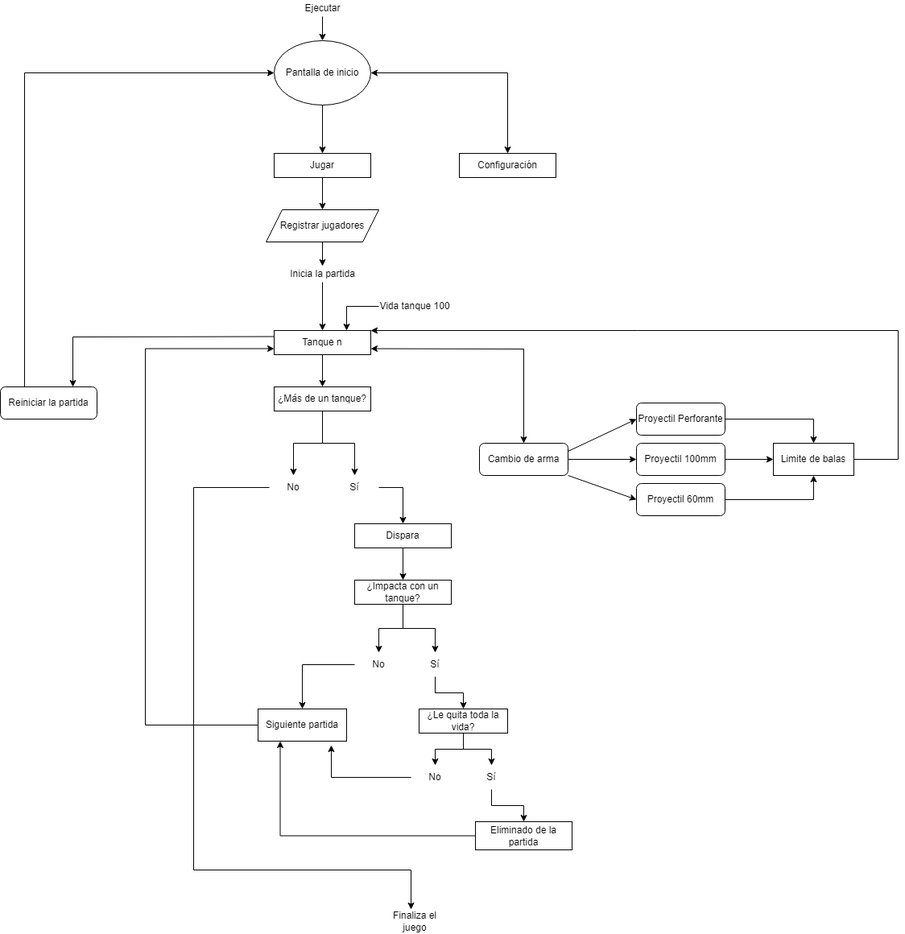
This is readme-y-graficos/Diagrama.png from vynzk/TanquesJuego, a draw.io export, as it was before one commit. Source tidied: cells renumbered, new cells last; positions are measured from the earlier drawing's top-left corner, leaving out a move shared by most shapes.
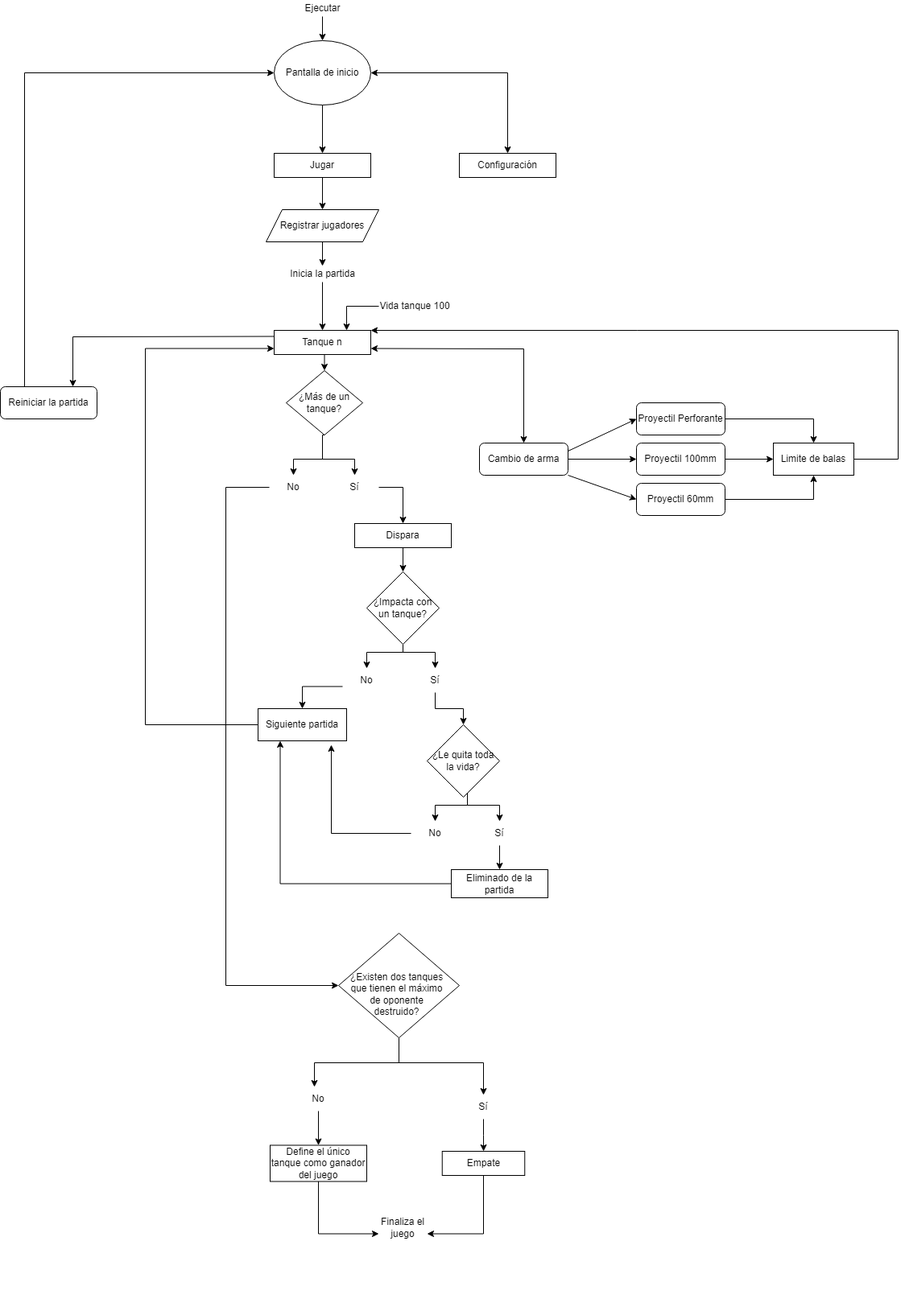
The same diagram one commit later.

Commit message:
Diagrama de flujo y uml

El diagrama de flujo y el uml se encuentran listos y actualizados.
Se creó esta rama nueva ya que con mi compañero Luis se hicieron unos cambios en el daño por caída y para no tener conflictos, se prefirió crear otra rama.

What changed in the source:
```diff
@@ -20,7 +20,7 @@
     <mxCell id="7" value="Jugar" style="whiteSpace=wrap;html=1;" parent="1" vertex="1">
       <mxGeometry x="340" y="190" width="120" height="30" as="geometry" />
     </mxCell>
-    <mxCell id="8" style="edgeStyle=orthogonalEdgeStyle;rounded=0;jettySize=auto;html=1;exitX=0.5;exitY=1;exitDx=0;exitDy=0;" parent="1" edge="1" source="9" target="37">
+    <mxCell id="8" style="edgeStyle=orthogonalEdgeStyle;rounded=0;jettySize=auto;html=1;exitX=0.5;exitY=1;exitDx=0;exitDy=0;entryX=0.5;entryY=0;entryDx=0;entryDy=0;" parent="1" edge="1" source="9" target="37">
       <mxGeometry relative="1" as="geometry" />
     </mxCell>
     <mxCell id="9" value="Tanque n" style="whiteSpace=wrap;html=1;" parent="1" vertex="1">
@@ -114,24 +114,31 @@
     <mxCell id="34" value="Vida tanque 100" style="text;html=1;strokeColor=none;fillColor=none;align=center;verticalAlign=middle;whiteSpace=wrap;rounded=0;" parent="1" vertex="1">
       <mxGeometry x="470" y="365" width="90" height="30" as="geometry" />
     </mxCell>
-    <mxCell id="35" style="edgeStyle=orthogonalEdgeStyle;rounded=0;jettySize=auto;html=1;" parent="1" edge="1" source="37" target="41">
-      <mxGeometry relative="1" as="geometry" />
+    <mxCell id="35" style="edgeStyle=orthogonalEdgeStyle;rounded=0;jettySize=auto;html=1;exitX=0.5;exitY=1;exitDx=0;exitDy=0;" parent="1" edge="1" source="37" target="41">
+      <mxGeometry relative="1" as="geometry">
+        <Array as="points">
+          <mxPoint x="400" y="570" />
+          <mxPoint x="440" y="570" />
+        </Array>
+      </mxGeometry>
     </mxCell>
-    <mxCell id="36" style="edgeStyle=orthogonalEdgeStyle;rounded=0;jettySize=auto;html=1;entryX=0.5;entryY=0;entryDx=0;entryDy=0;" parent="1" edge="1" source="37" target="39">
-      <mxGeometry relative="1" as="geometry" />
+    <mxCell id="36" style="edgeStyle=orthogonalEdgeStyle;rounded=0;jettySize=auto;html=1;entryX=0.5;entryY=0;entryDx=0;entryDy=0;" parent="1" edge="1" target="39">
+      <mxGeometry relative="1" as="geometry">
+        <mxPoint x="400" y="550" as="sourcePoint" />
+        <Array as="points">
+          <mxPoint x="400" y="570" />
+          <mxPoint x="364" y="570" />
+        </Array>
+      </mxGeometry>
     </mxCell>
-    <mxCell id="37" value="¿Más de un tanque?" style="whiteSpace=wrap;html=1;" parent="1" vertex="1">
-      <mxGeometry x="340" y="480" width="120" height="30" as="geometry" />
-    </mxCell>
-    <mxCell id="38" style="edgeStyle=orthogonalEdgeStyle;rounded=0;jettySize=auto;html=1;" parent="1" edge="1" source="39" target="60">
-      <mxGeometry relative="1" as="geometry">
-        <Array as="points">
-          <mxPoint x="240" y="605" />
-          <mxPoint x="240" y="1080" />
-          <mxPoint x="510" y="1080" />
-        </Array>
-      </mxGeometry>
-    </mxCell>
+    <mxCell id="62" style="edgeStyle=orthogonalEdgeStyle;rounded=0;jettySize=auto;html=1;fontSize=12;entryX=0;entryY=0.5;entryDx=0;entryDy=0;" parent="1" edge="1" source="39" target="65">
+      <mxGeometry relative="1" as="geometry">
+        <Array as="points">
+          <mxPoint x="280" y="605" />
+          <mxPoint x="280" y="1224" />
+        </Array>
+      </mxGeometry>
+    </mxCell>
     <mxCell id="39" value="No" style="text;html=1;strokeColor=none;fillColor=none;align=center;verticalAlign=middle;whiteSpace=wrap;rounded=0;" parent="1" vertex="1">
       <mxGeometry x="334" y="590" width="60" height="30" as="geometry" />
     </mxCell>
@@ -143,53 +150,47 @@
     <mxCell id="41" value="Sí" style="text;html=1;strokeColor=none;fillColor=none;align=center;verticalAlign=middle;whiteSpace=wrap;rounded=0;" parent="1" vertex="1">
       <mxGeometry x="410" y="590" width="60" height="30" as="geometry" />
     </mxCell>
-    <mxCell id="42" style="edgeStyle=orthogonalEdgeStyle;rounded=0;jettySize=auto;html=1;" parent="1" edge="1" source="44" target="51">
-      <mxGeometry relative="1" as="geometry" />
-    </mxCell>
-    <mxCell id="43" style="edgeStyle=orthogonalEdgeStyle;rounded=0;jettySize=auto;html=1;entryX=0.5;entryY=0;entryDx=0;entryDy=0;" parent="1" edge="1" source="44" target="49">
-      <mxGeometry relative="1" as="geometry" />
+    <mxCell id="43" style="edgeStyle=orthogonalEdgeStyle;rounded=0;jettySize=auto;html=1;entryX=0.5;entryY=0;entryDx=0;entryDy=0;exitX=0.5;exitY=1;exitDx=0;exitDy=0;" parent="1" edge="1" source="44" target="49">
+      <mxGeometry relative="1" as="geometry">
+        <Array as="points">
+          <mxPoint x="500" y="810" />
+          <mxPoint x="540" y="810" />
+        </Array>
+      </mxGeometry>
     </mxCell>
-    <mxCell id="44" value="¿Impacta con un tanque?" style="whiteSpace=wrap;html=1;" parent="1" vertex="1">
-      <mxGeometry x="440" y="720" width="120" height="30" as="geometry" />
-    </mxCell>
-    <mxCell id="45" style="edgeStyle=orthogonalEdgeStyle;rounded=0;jettySize=auto;html=1;" parent="1" edge="1" source="47" target="55">
-      <mxGeometry relative="1" as="geometry" />
-    </mxCell>
-    <mxCell id="46" style="edgeStyle=orthogonalEdgeStyle;rounded=0;jettySize=auto;html=1;entryX=0.5;entryY=0;entryDx=0;entryDy=0;" parent="1" edge="1" source="47" target="53">
-      <mxGeometry relative="1" as="geometry" />
-    </mxCell>
-    <mxCell id="47" value="¿Le quita toda la vida?" style="whiteSpace=wrap;html=1;" parent="1" vertex="1">
-      <mxGeometry x="520" y="880" width="110" height="30" as="geometry" />
-    </mxCell>
     <mxCell id="48" style="edgeStyle=orthogonalEdgeStyle;rounded=0;jettySize=auto;html=1;entryX=0.5;entryY=0;entryDx=0;entryDy=0;" parent="1" edge="1" source="49" target="47">
       <mxGeometry relative="1" as="geometry" />
     </mxCell>
     <mxCell id="49" value="Sí" style="text;html=1;strokeColor=none;fillColor=none;align=center;verticalAlign=middle;whiteSpace=wrap;rounded=0;" parent="1" vertex="1">
-      <mxGeometry x="510" y="810" width="60" height="30" as="geometry" />
+      <mxGeometry x="510" y="830" width="60" height="30" as="geometry" />
     </mxCell>
-    <mxCell id="50" style="edgeStyle=orthogonalEdgeStyle;rounded=0;jettySize=auto;html=1;entryX=0.5;entryY=0;entryDx=0;entryDy=0;" parent="1" edge="1" source="51" target="59">
-      <mxGeometry relative="1" as="geometry" />
+    <mxCell id="50" style="edgeStyle=orthogonalEdgeStyle;rounded=0;jettySize=auto;html=1;entryX=0.5;entryY=0;entryDx=0;entryDy=0;exitX=0;exitY=0.75;exitDx=0;exitDy=0;" parent="1" edge="1" source="51" target="59">
+      <mxGeometry relative="1" as="geometry">
+        <Array as="points">
+          <mxPoint x="375" y="853" />
+        </Array>
+      </mxGeometry>
     </mxCell>
     <mxCell id="51" value="No" style="text;html=1;strokeColor=none;fillColor=none;align=center;verticalAlign=middle;whiteSpace=wrap;rounded=0;" parent="1" vertex="1">
-      <mxGeometry x="440" y="810" width="60" height="30" as="geometry" />
+      <mxGeometry x="425" y="830" width="60" height="30" as="geometry" />
     </mxCell>
     <mxCell id="52" style="edgeStyle=orthogonalEdgeStyle;rounded=0;jettySize=auto;html=1;" parent="1" edge="1" source="53" target="57">
       <mxGeometry relative="1" as="geometry" />
     </mxCell>
     <mxCell id="53" value="Sí" style="text;html=1;strokeColor=none;fillColor=none;align=center;verticalAlign=middle;whiteSpace=wrap;rounded=0;" parent="1" vertex="1">
-      <mxGeometry x="580" y="950" width="60" height="30" as="geometry" />
+      <mxGeometry x="590" y="1020" width="60" height="30" as="geometry" />
     </mxCell>
     <mxCell id="54" style="edgeStyle=orthogonalEdgeStyle;rounded=0;jettySize=auto;html=1;entryX=0.827;entryY=1.125;entryDx=0;entryDy=0;entryPerimeter=0;" parent="1" edge="1" source="55" target="59">
       <mxGeometry relative="1" as="geometry" />
     </mxCell>
     <mxCell id="55" value="No" style="text;html=1;strokeColor=none;fillColor=none;align=center;verticalAlign=middle;whiteSpace=wrap;rounded=0;" parent="1" vertex="1">
-      <mxGeometry x="510" y="950" width="60" height="30" as="geometry" />
+      <mxGeometry x="510" y="1020" width="60" height="30" as="geometry" />
     </mxCell>
     <mxCell id="56" style="edgeStyle=orthogonalEdgeStyle;rounded=0;jettySize=auto;html=1;entryX=0.25;entryY=1;entryDx=0;entryDy=0;" parent="1" edge="1" source="57" target="59">
       <mxGeometry relative="1" as="geometry" />
     </mxCell>
     <mxCell id="57" value="Eliminado de la partida" style="whiteSpace=wrap;html=1;" parent="1" vertex="1">
-      <mxGeometry x="590" y="1020" width="120" height="35" as="geometry" />
+      <mxGeometry x="560" y="1080" width="120" height="35" as="geometry" />
     </mxCell>
     <mxCell id="58" style="edgeStyle=orthogonalEdgeStyle;rounded=0;jettySize=auto;html=1;entryX=0;entryY=0.75;entryDx=0;entryDy=0;" parent="1" edge="1" source="59" target="9">
       <mxGeometry relative="1" as="geometry">
@@ -202,15 +203,101 @@
     <mxCell id="59" value="Siguiente partida" style="rounded=0;whiteSpace=wrap;html=1;" parent="1" vertex="1">
       <mxGeometry x="320" y="880" width="110" height="40" as="geometry" />
     </mxCell>
+    <mxCell id="61" style="endArrow=classic;startArrow=classic;html=1;rounded=0;entryX=1;entryY=0.5;entryDx=0;entryDy=0;" parent="1" edge="1" source="21" target="3">
+      <mxGeometry relative="1" as="geometry">
+        <Array as="points">
+          <mxPoint x="630" y="90" />
+        </Array>
+      </mxGeometry>
+    </mxCell>
+    <mxCell id="37" value="¿Más de un tanque?" style="rhombus;whiteSpace=wrap;html=1;" parent="1" vertex="1">
+      <mxGeometry x="355" y="460" width="95" height="80" as="geometry" />
+    </mxCell>
+    <mxCell id="42" style="edgeStyle=orthogonalEdgeStyle;rounded=0;jettySize=auto;html=1;entryX=0.5;entryY=0;entryDx=0;entryDy=0;" parent="1" edge="1" source="44" target="51">
+      <mxGeometry relative="1" as="geometry">
+        <Array as="points">
+          <mxPoint x="500" y="810" />
+          <mxPoint x="455" y="810" />
+        </Array>
+      </mxGeometry>
+    </mxCell>
+    <mxCell id="44" value="&lt;span&gt;¿Impacta con un tanque?&lt;/span&gt;" style="rhombus;whiteSpace=wrap;html=1;" parent="1" vertex="1">
+      <mxGeometry x="455" y="710" width="90" height="90" as="geometry" />
+    </mxCell>
+    <mxCell id="46" style="edgeStyle=orthogonalEdgeStyle;rounded=0;jettySize=auto;html=1;" parent="1" edge="1" source="47" target="53">
+      <mxGeometry relative="1" as="geometry">
+        <Array as="points">
+          <mxPoint x="580" y="1000" />
+          <mxPoint x="620" y="1000" />
+        </Array>
+      </mxGeometry>
+    </mxCell>
+    <mxCell id="45" style="edgeStyle=orthogonalEdgeStyle;rounded=0;jettySize=auto;html=1;" parent="1" edge="1" source="47" target="55">
+      <mxGeometry relative="1" as="geometry">
+        <Array as="points">
+          <mxPoint x="580" y="1000" />
+          <mxPoint x="540" y="1000" />
+        </Array>
+      </mxGeometry>
+    </mxCell>
+    <mxCell id="47" value="&lt;span&gt;¿Le quita toda la vida?&lt;/span&gt;" style="rhombus;whiteSpace=wrap;html=1;" parent="1" vertex="1">
+      <mxGeometry x="530" y="900" width="90" height="90" as="geometry" />
+    </mxCell>
     <mxCell id="60" value="Finaliza el juego" style="text;html=1;strokeColor=none;fillColor=none;align=center;verticalAlign=middle;whiteSpace=wrap;rounded=0;" parent="1" vertex="1">
-      <mxGeometry x="485" y="1129" width="60" height="30" as="geometry" />
+      <mxGeometry x="470" y="1510" width="60" height="30" as="geometry" />
     </mxCell>
-    <mxCell id="61" style="endArrow=classic;startArrow=classic;html=1;rounded=0;entryX=1;entryY=0.5;entryDx=0;entryDy=0;" parent="1" edge="1" source="21" target="3">
-      <mxGeometry relative="1" as="geometry">
-        <Array as="points">
-          <mxPoint x="630" y="90" />
-        </Array>
-      </mxGeometry>
-    </mxCell>
+    <mxCell id="63" style="edgeStyle=orthogonalEdgeStyle;rounded=0;jettySize=auto;html=1;fontSize=12;entryX=0.5;entryY=0;entryDx=0;entryDy=0;" parent="1" edge="1" source="65" target="68">
+      <mxGeometry relative="1" as="geometry">
+        <Array as="points">
+          <mxPoint x="495" y="1320" />
+          <mxPoint x="600" y="1320" />
+        </Array>
+      </mxGeometry>
+    </mxCell>
+    <mxCell id="64" style="edgeStyle=orthogonalEdgeStyle;rounded=0;jettySize=auto;html=1;fontSize=12;exitX=0.5;exitY=1;exitDx=0;exitDy=0;" parent="1" edge="1" source="65">
+      <mxGeometry relative="1" as="geometry">
+        <mxPoint x="390" y="1350" as="targetPoint" />
+        <Array as="points">
+          <mxPoint x="495" y="1320" />
+          <mxPoint x="390" y="1320" />
+        </Array>
+      </mxGeometry>
+    </mxCell>
+    <mxCell id="65" style="rhombus;whiteSpace=wrap;html=1;" parent="1" vertex="1">
+      <mxGeometry x="420" y="1159" width="150" height="130" as="geometry" />
+    </mxCell>
+    <mxCell id="66" value="¿Existen dos tanques que tienen el máximo de oponente destruido?" style="text;html=1;strokeColor=none;fillColor=none;align=center;verticalAlign=middle;whiteSpace=wrap;rounded=0;fontSize=12;" parent="1" vertex="1">
+      <mxGeometry x="430" y="1200" width="125" height="70" as="geometry" />
+    </mxCell>
+    <mxCell id="67" style="edgeStyle=orthogonalEdgeStyle;rounded=0;jettySize=auto;html=1;fontSize=12;" parent="1" edge="1" source="68" target="70">
+      <mxGeometry relative="1" as="geometry" />
+    </mxCell>
+    <mxCell id="68" value="Sí" style="text;html=1;strokeColor=none;fillColor=none;align=center;verticalAlign=middle;whiteSpace=wrap;rounded=0;" parent="1" vertex="1">
+      <mxGeometry x="570" y="1360" width="60" height="30" as="geometry" />
+    </mxCell>
+    <mxCell id="69" style="edgeStyle=orthogonalEdgeStyle;rounded=0;jettySize=auto;html=1;fontSize=12;entryX=1;entryY=0.75;entryDx=0;entryDy=0;exitX=0.5;exitY=1;exitDx=0;exitDy=0;" parent="1" edge="1" source="70" target="60">
+      <mxGeometry relative="1" as="geometry" />
+    </mxCell>
+    <mxCell id="70" value="Empate" style="whiteSpace=wrap;html=1;fontSize=12;" parent="1" vertex="1">
+      <mxGeometry x="548.8" y="1430" width="102.5" height="30" as="geometry" />
+    </mxCell>
+    <mxCell id="71" style="edgeStyle=orthogonalEdgeStyle;rounded=0;jettySize=auto;html=1;fontSize=12;entryX=0;entryY=0.75;entryDx=0;entryDy=0;exitX=0.5;exitY=1;exitDx=0;exitDy=0;" parent="1" edge="1" source="72" target="60">
+      <mxGeometry relative="1" as="geometry" />
+    </mxCell>
+    <mxCell id="72" value="Define el único tanque como ganador del juego" style="rounded=0;whiteSpace=wrap;html=1;fontSize=12;" parent="1" vertex="1">
+      <mxGeometry x="335" y="1422.5" width="120" height="45" as="geometry" />
+    </mxCell>
+    <mxCell id="73" style="edgeStyle=orthogonalEdgeStyle;rounded=0;orthogonalLoop=1;jettySize=auto;html=1;entryX=0.5;entryY=0;entryDx=0;entryDy=0;fontSize=12;" parent="1" edge="1">
+      <mxGeometry relative="1" as="geometry">
+        <mxPoint x="540" y="1610" as="sourcePoint" />
+        <mxPoint x="540" y="1610" as="targetPoint" />
+      </mxGeometry>
+    </mxCell>
+    <mxCell id="74" style="edgeStyle=orthogonalEdgeStyle;rounded=0;jettySize=auto;html=1;fontSize=12;exitX=0.5;exitY=1;exitDx=0;exitDy=0;" parent="1" edge="1" source="75" target="72">
+      <mxGeometry relative="1" as="geometry" />
+    </mxCell>
+    <mxCell id="75" value="No" style="text;html=1;strokeColor=none;fillColor=none;align=center;verticalAlign=middle;whiteSpace=wrap;rounded=0;" parent="1" vertex="1">
+      <mxGeometry x="365" y="1350" width="60" height="30" as="geometry" />
+    </mxCell>
   </root>
 </mxGraphModel>
```
